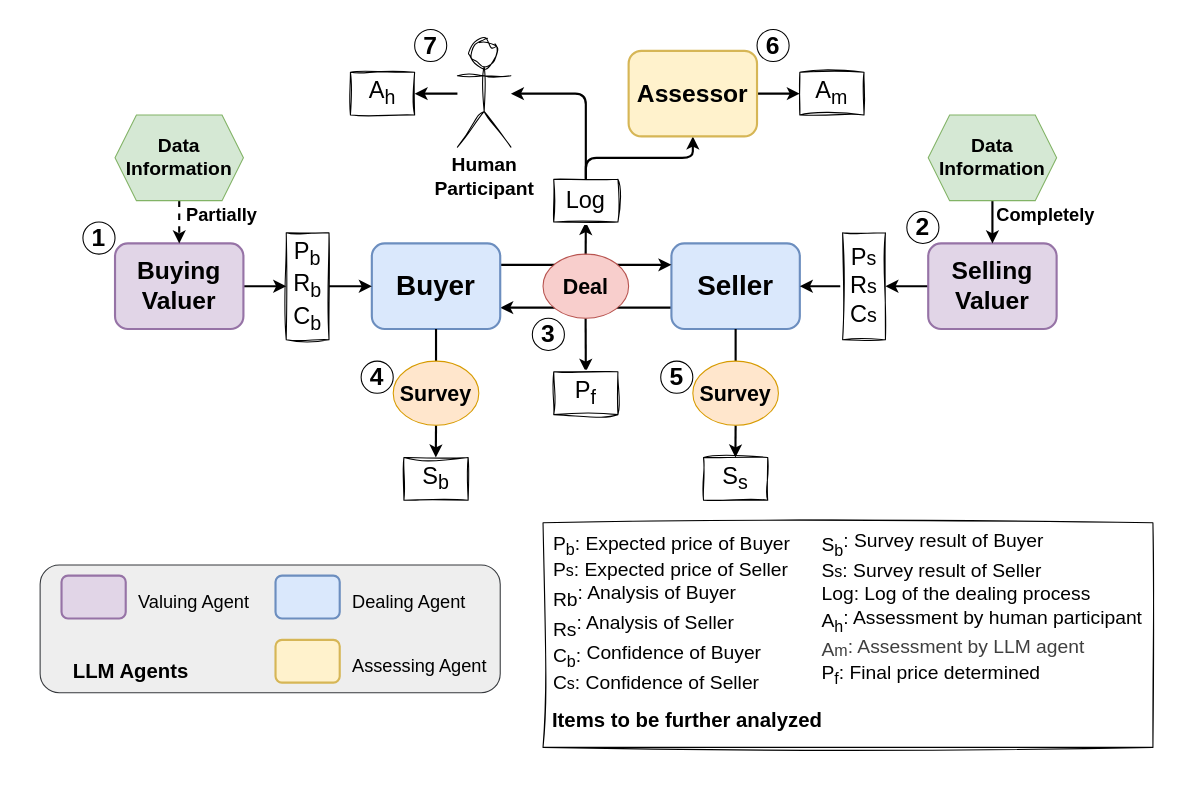
The draw.io diagram figure/agent_structure.drawio in SirBeaverB/AgentDealExp, before the edit. Source tidied: cells renumbered, new cells numbered last; positions are measured from the earlier drawing's top-left corner, leaving out a move shared by most shapes. Both pictures are drawn from the tidied source at 107%, with x=0, y=0 at pixel (18, 18).
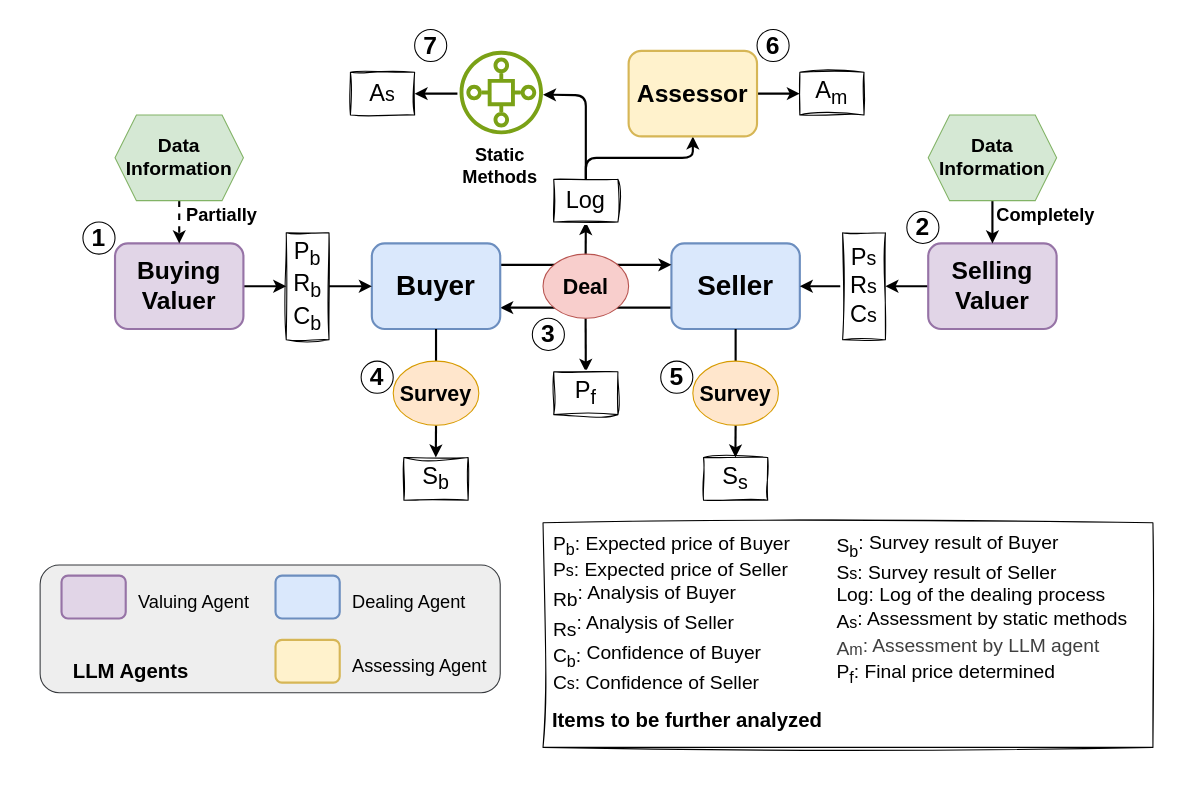
Above is the later version.

Unchanged cells that the change refers to:
```xml
<mxCell id="17" value="&lt;font style=&quot;font-size: 22px;&quot;&gt;Log&lt;/font&gt;" style="rounded=0;whiteSpace=wrap;html=1;sketch=1;curveFitting=1;jiggle=2;" parent="1" vertex="1">
  <mxGeometry x="500" y="150" width="60" height="40" as="geometry" />
</mxCell>
<mxCell id="38" style="group;" parent="1" vertex="1">
  <mxGeometry x="490" y="470" width="570" height="211" as="geometry" />
</mxCell>
```

Diff of the diagram source:
```diff
@@
+    <mxCell id="56" style="rounded=0;whiteSpace=wrap;html=1;opacity=0;" parent="1" vertex="1">
+      <mxGeometry width="1080" height="700" as="geometry" />
+    </mxCell>
@@
-    <mxCell id="32" style="edgeStyle=none;html=1;entryX=1;entryY=0.5;entryDx=0;entryDy=0;strokeWidth=2;" parent="1" edge="1" source="33" target="35">
-      <mxGeometry relative="1" as="geometry" />
+    <mxCell id="32" style="edgeStyle=none;html=1;entryX=1;entryY=0.5;entryDx=0;entryDy=0;strokeWidth=2;" parent="1" edge="1" target="35">
+      <mxGeometry relative="1" as="geometry">
+        <mxPoint x="410" y="70" as="sourcePoint" />
+      </mxGeometry>
     </mxCell>
-    <mxCell id="33" value="&lt;font style=&quot;font-size: 18px;&quot;&gt;&lt;b&gt;Human&lt;/b&gt;&lt;/font&gt;&lt;div&gt;&lt;font style=&quot;font-size: 18px;&quot;&gt;&lt;b&gt;Participant&lt;/b&gt;&lt;/font&gt;&lt;/div&gt;" style="shape=umlActor;verticalLabelPosition=bottom;verticalAlign=top;html=1;outlineConnect=0;sketch=1;curveFitting=1;jiggle=2;" parent="1" vertex="1">
-      <mxGeometry x="410" y="20" width="50" height="100" as="geometry" />
-    </mxCell>
-    <mxCell id="34" style="edgeStyle=orthogonalEdgeStyle;html=1;strokeWidth=2;startArrow=classic;startFill=1;endArrow=none;endFill=0;entryX=0.5;entryY=0;entryDx=0;entryDy=0;" parent="1" edge="1" source="33" target="17">
-      <mxGeometry relative="1" as="geometry" />
+    <mxCell id="34" style="edgeStyle=orthogonalEdgeStyle;html=1;strokeWidth=2;startArrow=classic;startFill=1;endArrow=none;endFill=0;entryX=0.5;entryY=0;entryDx=0;entryDy=0;" parent="1" edge="1" target="17">
+      <mxGeometry relative="1" as="geometry">
+        <mxPoint x="490" y="71" as="sourcePoint" />
+      </mxGeometry>
     </mxCell>
-    <mxCell id="35" value="&lt;font style=&quot;&quot;&gt;&lt;sub style=&quot;&quot;&gt;&lt;span style=&quot;font-size: 22px;&quot;&gt;A&lt;sub&gt;h&lt;/sub&gt;&lt;/span&gt;&lt;/sub&gt;&lt;/font&gt;" style="rounded=0;whiteSpace=wrap;html=1;sketch=1;curveFitting=1;jiggle=2;" parent="1" vertex="1">
+    <mxCell id="35" value="&lt;font style=&quot;&quot;&gt;&lt;sub style=&quot;&quot;&gt;&lt;span style=&quot;font-size: 22px;&quot;&gt;A&lt;/span&gt;&lt;span style=&quot;font-size: 18.3333px;&quot;&gt;s&lt;/span&gt;&lt;/sub&gt;&lt;/font&gt;" style="rounded=0;whiteSpace=wrap;html=1;sketch=1;curveFitting=1;jiggle=2;" parent="1" vertex="1">
       <mxGeometry x="310" y="50" width="60" height="40" as="geometry" />
     </mxCell>
@@
-    <mxCell id="41" value="&lt;div style=&quot;text-align: left;&quot;&gt;&lt;font style=&quot;background-color: transparent;&quot;&gt;&lt;sub style=&quot;&quot;&gt;&lt;span style=&quot;font-size: 18px;&quot;&gt;S&lt;sub&gt;b&lt;/sub&gt;&lt;/span&gt;&lt;/sub&gt;&lt;/font&gt;&lt;font style=&quot;background-color: transparent; font-size: 18px;&quot;&gt;: Survey result of Buyer&lt;/font&gt;&lt;/div&gt;&lt;div&gt;&lt;div style=&quot;text-align: left;&quot;&gt;&lt;font style=&quot;background-color: transparent; scrollbar-color: light-dark(#e2e2e2, #4b4b4b)&lt;br/&gt;&#9;&#9;&#9;&#9;&#9;light-dark(#fbfbfb, var(--dark-panel-color)); font-size: 18px;&quot;&gt;S&lt;/font&gt;&lt;font style=&quot;background-color: transparent; scrollbar-color: light-dark(#e2e2e2, #4b4b4b)&lt;br/&gt;&#9;&#9;&#9;&#9;&#9;light-dark(#fbfbfb, var(--dark-panel-color)); font-size: 15px;&quot;&gt;s&lt;/font&gt;&lt;font style=&quot;background-color: transparent; scrollbar-color: light-dark(#e2e2e2, #4b4b4b)&lt;br/&gt;&#9;&#9;&#9;&#9;&#9;light-dark(#fbfbfb, var(--dark-panel-color)); font-size: 18px;&quot;&gt;: Survey result of Seller&lt;/font&gt;&lt;/div&gt;&lt;div&gt;&lt;div style=&quot;text-align: left; scrollbar-color: light-dark(#e2e2e2, #4b4b4b)&lt;br/&gt;&#9;&#9;&#9;&#9;&#9;light-dark(#fbfbfb, var(--dark-panel-color));&quot;&gt;&lt;font style=&quot;background-color: transparent; scrollbar-color: light-dark(#e2e2e2, #4b4b4b)&lt;br/&gt;&#9;&#9;&#9;&#9;&#9;light-dark(#fbfbfb, var(--dark-panel-color)); font-size: 18px;&quot;&gt;Log: Log of the dealing process&lt;/font&gt;&lt;br&gt;&lt;/div&gt;&lt;div style=&quot;scrollbar-color: light-dark(#e2e2e2, #4b4b4b)&lt;br/&gt;&#9;&#9;&#9;&#9;&#9;light-dark(#fbfbfb, var(--dark-panel-color));&quot;&gt;&lt;div style=&quot;scrollbar-color: light-dark(#e2e2e2, #4b4b4b)&lt;br/&gt;&#9;&#9;&#9;&#9;&#9;light-dark(#fbfbfb, var(--dark-panel-color));&quot;&gt;&lt;div style=&quot;text-align: left;&quot;&gt;&lt;font style=&quot;background-color: transparent; scrollbar-color: light-dark(#e2e2e2, #4b4b4b)&lt;br/&gt;&#9;&#9;&#9;&#9;&#9;light-dark(#fbfbfb, var(--dark-panel-color));&quot;&gt;&lt;sub style=&quot;&quot;&gt;&lt;span style=&quot;font-size: 18px;&quot;&gt;A&lt;sub&gt;h&lt;/sub&gt;&lt;/span&gt;&lt;/sub&gt;&lt;span style=&quot;font-size: 18px;&quot;&gt;: Assessment by human participant&lt;/span&gt;&lt;/font&gt;&lt;/div&gt;&lt;div style=&quot;text-align: left;&quot;&gt;&lt;font style=&quot;background-color: transparent; scrollbar-color: light-dark(#e2e2e2, #4b4b4b)&lt;br/&gt;&#9;&#9;&#9;&#9;&#9;light-dark(#fbfbfb, var(--dark-panel-color));&quot;&gt;&lt;div style=&quot;scrollbar-color: light-dark(#e2e2e2, #4b4b4b)&lt;br/&gt;&#9;&#9;&#9;&#9;&#9;light-dark(#fbfbfb, var(--dark-panel-color));&quot;&gt;&lt;font style=&quot;scrollbar-color: light-dark(#e2e2e2, #4b4b4b)&lt;br/&gt;&#9;&#9;&#9;&#9;&#9;light-dark(#fbfbfb, var(--dark-panel-color)); background-color: transparent;&quot;&gt;&lt;sub style=&quot;scrollbar-color: light-dark(#e2e2e2, #4b4b4b)&lt;br/&gt;&#9;&#9;&#9;&#9;&#9;light-dark(#fbfbfb, var(--dark-panel-color));&quot;&gt;&lt;sub style=&quot;color: rgb(63, 63, 63); scrollbar-color: light-dark(#e2e2e2, #4b4b4b)&lt;br/&gt;&#9;&#9;&#9;&#9;&#9;light-dark(#fbfbfb, var(--dark-panel-color));&quot;&gt;&lt;span style=&quot;scrollbar-color: light-dark(#e2e2e2, #4b4b4b)&lt;br/&gt;&#9;&#9;&#9;&#9;&#9;light-dark(#fbfbfb, var(--dark-panel-color)); font-size: 18px;&quot;&gt;A&lt;/span&gt;&lt;span style=&quot;scrollbar-color: light-dark(#e2e2e2, #4b4b4b)&lt;br/&gt;&#9;&#9;&#9;&#9;&#9;light-dark(#fbfbfb, var(--dark-panel-color)); font-size: 15px;&quot;&gt;m&lt;/span&gt;&lt;/sub&gt;&lt;span style=&quot;color: rgb(63, 63, 63); scrollbar-color: light-dark(#e2e2e2, #4b4b4b)&lt;br/&gt;&#9;&#9;&#9;&#9;&#9;light-dark(#fbfbfb, var(--dark-panel-color)); font-size: 18px;&quot;&gt;: Assessment by LLM agent&lt;/span&gt;&lt;span style=&quot;font-size: 18px;&quot;&gt;&lt;br&gt;&lt;/span&gt;&lt;/sub&gt;&lt;/font&gt;&lt;/div&gt;&lt;div style=&quot;scrollbar-color: light-dark(#e2e2e2, #4b4b4b)&lt;br/&gt;&#9;&#9;&#9;&#9;&#9;light-dark(#fbfbfb, var(--dark-panel-color));&quot;&gt;&lt;span style=&quot;font-size: 18px;&quot;&gt;P&lt;sub&gt;f&lt;/sub&gt;: Final price determined&lt;/span&gt;&lt;/div&gt;&lt;/font&gt;&lt;/div&gt;&lt;/div&gt;&lt;/div&gt;&lt;/div&gt;&lt;/div&gt;" style="text;html=1;align=center;verticalAlign=middle;strokeColor=none;fillColor=none;" parent="38" vertex="1">
-      <mxGeometry x="251" width="318" height="163" as="geometry" />
+    <mxCell id="41" value="&lt;div style=&quot;text-align: left;&quot;&gt;&lt;font style=&quot;background-color: transparent;&quot;&gt;&lt;sub style=&quot;&quot;&gt;&lt;span style=&quot;font-size: 18px;&quot;&gt;S&lt;sub&gt;b&lt;/sub&gt;&lt;/span&gt;&lt;/sub&gt;&lt;/font&gt;&lt;font style=&quot;background-color: transparent; font-size: 18px;&quot;&gt;: Survey result of Buyer&lt;/font&gt;&lt;/div&gt;&lt;div&gt;&lt;div style=&quot;text-align: left;&quot;&gt;&lt;font style=&quot;background-color: transparent; scrollbar-color: light-dark(#e2e2e2, #4b4b4b)&lt;br/&gt;&#9;&#9;&#9;&#9;&#9;light-dark(#fbfbfb, var(--dark-panel-color)); font-size: 18px;&quot;&gt;S&lt;/font&gt;&lt;font style=&quot;background-color: transparent; scrollbar-color: light-dark(#e2e2e2, #4b4b4b)&lt;br/&gt;&#9;&#9;&#9;&#9;&#9;light-dark(#fbfbfb, var(--dark-panel-color)); font-size: 15px;&quot;&gt;s&lt;/font&gt;&lt;font style=&quot;background-color: transparent; scrollbar-color: light-dark(#e2e2e2, #4b4b4b)&lt;br/&gt;&#9;&#9;&#9;&#9;&#9;light-dark(#fbfbfb, var(--dark-panel-color)); font-size: 18px;&quot;&gt;: Survey result of Seller&lt;/font&gt;&lt;/div&gt;&lt;div&gt;&lt;div style=&quot;text-align: left; scrollbar-color: light-dark(#e2e2e2, #4b4b4b)&lt;br/&gt;&#9;&#9;&#9;&#9;&#9;light-dark(#fbfbfb, var(--dark-panel-color));&quot;&gt;&lt;font style=&quot;background-color: transparent; scrollbar-color: light-dark(#e2e2e2, #4b4b4b)&lt;br/&gt;&#9;&#9;&#9;&#9;&#9;light-dark(#fbfbfb, var(--dark-panel-color)); font-size: 18px;&quot;&gt;Log: Log of the dealing process&lt;/font&gt;&lt;br&gt;&lt;/div&gt;&lt;div style=&quot;scrollbar-color: light-dark(#e2e2e2, #4b4b4b)&lt;br/&gt;&#9;&#9;&#9;&#9;&#9;light-dark(#fbfbfb, var(--dark-panel-color));&quot;&gt;&lt;div style=&quot;scrollbar-color: light-dark(#e2e2e2, #4b4b4b)&lt;br/&gt;&#9;&#9;&#9;&#9;&#9;light-dark(#fbfbfb, var(--dark-panel-color));&quot;&gt;&lt;div style=&quot;text-align: left;&quot;&gt;&lt;font style=&quot;background-color: transparent; scrollbar-color: light-dark(#e2e2e2, #4b4b4b)&lt;br/&gt;&#9;&#9;&#9;&#9;&#9;light-dark(#fbfbfb, var(--dark-panel-color));&quot;&gt;&lt;sub style=&quot;&quot;&gt;&lt;span style=&quot;font-size: 18px;&quot;&gt;A&lt;/span&gt;&lt;span style=&quot;font-size: 15px;&quot;&gt;s&lt;/span&gt;&lt;/sub&gt;&lt;span style=&quot;font-size: 18px;&quot;&gt;: Assessment by static methods&lt;/span&gt;&lt;/font&gt;&lt;/div&gt;&lt;div style=&quot;text-align: left;&quot;&gt;&lt;font style=&quot;background-color: transparent; scrollbar-color: light-dark(#e2e2e2, #4b4b4b)&lt;br/&gt;&#9;&#9;&#9;&#9;&#9;light-dark(#fbfbfb, var(--dark-panel-color));&quot;&gt;&lt;div style=&quot;scrollbar-color: light-dark(#e2e2e2, #4b4b4b)&lt;br/&gt;&#9;&#9;&#9;&#9;&#9;light-dark(#fbfbfb, var(--dark-panel-color));&quot;&gt;&lt;font style=&quot;scrollbar-color: light-dark(#e2e2e2, #4b4b4b)&lt;br/&gt;&#9;&#9;&#9;&#9;&#9;light-dark(#fbfbfb, var(--dark-panel-color)); background-color: transparent;&quot;&gt;&lt;sub style=&quot;scrollbar-color: light-dark(#e2e2e2, #4b4b4b)&lt;br/&gt;&#9;&#9;&#9;&#9;&#9;light-dark(#fbfbfb, var(--dark-panel-color));&quot;&gt;&lt;sub style=&quot;color: rgb(63, 63, 63); scrollbar-color: light-dark(#e2e2e2, #4b4b4b)&lt;br/&gt;&#9;&#9;&#9;&#9;&#9;light-dark(#fbfbfb, var(--dark-panel-color));&quot;&gt;&lt;span style=&quot;scrollbar-color: light-dark(#e2e2e2, #4b4b4b)&lt;br/&gt;&#9;&#9;&#9;&#9;&#9;light-dark(#fbfbfb, var(--dark-panel-color)); font-size: 18px;&quot;&gt;A&lt;/span&gt;&lt;span style=&quot;scrollbar-color: light-dark(#e2e2e2, #4b4b4b)&lt;br/&gt;&#9;&#9;&#9;&#9;&#9;light-dark(#fbfbfb, var(--dark-panel-color)); font-size: 15px;&quot;&gt;m&lt;/span&gt;&lt;/sub&gt;&lt;span style=&quot;color: rgb(63, 63, 63); scrollbar-color: light-dark(#e2e2e2, #4b4b4b)&lt;br/&gt;&#9;&#9;&#9;&#9;&#9;light-dark(#fbfbfb, var(--dark-panel-color)); font-size: 18px;&quot;&gt;: Assessment by LLM agent&lt;/span&gt;&lt;span style=&quot;font-size: 18px;&quot;&gt;&lt;br&gt;&lt;/span&gt;&lt;/sub&gt;&lt;/font&gt;&lt;/div&gt;&lt;div style=&quot;scrollbar-color: light-dark(#e2e2e2, #4b4b4b)&lt;br/&gt;&#9;&#9;&#9;&#9;&#9;light-dark(#fbfbfb, var(--dark-panel-color));&quot;&gt;&lt;span style=&quot;font-size: 18px;&quot;&gt;P&lt;sub&gt;f&lt;/sub&gt;: Final price determined&lt;/span&gt;&lt;/div&gt;&lt;/font&gt;&lt;/div&gt;&lt;/div&gt;&lt;/div&gt;&lt;/div&gt;&lt;/div&gt;" style="text;html=1;align=center;verticalAlign=middle;strokeColor=none;fillColor=none;" parent="38" vertex="1">
+      <mxGeometry x="260" y="2" width="300" height="160" as="geometry" />
     </mxCell>
@@
-    <mxCell id="56" style="rounded=0;whiteSpace=wrap;html=1;opacity=0;" parent="1" vertex="1">
-      <mxGeometry width="1080" height="700" as="geometry" />
-    </mxCell>
@@
+    <mxCell id="64" style="sketch=0;fontColor=#232F3E;gradientColor=none;fillColor=#7AA116;strokeColor=none;dashed=0;verticalLabelPosition=bottom;verticalAlign=top;align=center;html=1;fontSize=12;fontStyle=0;shape=mxgraph.aws4.iot_sitewise_asset_model;" parent="1" vertex="1">
+      <mxGeometry x="412" y="30" width="78" height="78" as="geometry" />
+    </mxCell>
+    <mxCell id="65" value="&lt;font style=&quot;font-size: 17px;&quot;&gt;&lt;b&gt;Static Methods&lt;/b&gt;&lt;/font&gt;" style="text;html=1;align=center;verticalAlign=middle;whiteSpace=wrap;rounded=0;" parent="1" vertex="1">
+      <mxGeometry x="420" y="115" width="60" height="45" as="geometry" />
+    </mxCell>
```
